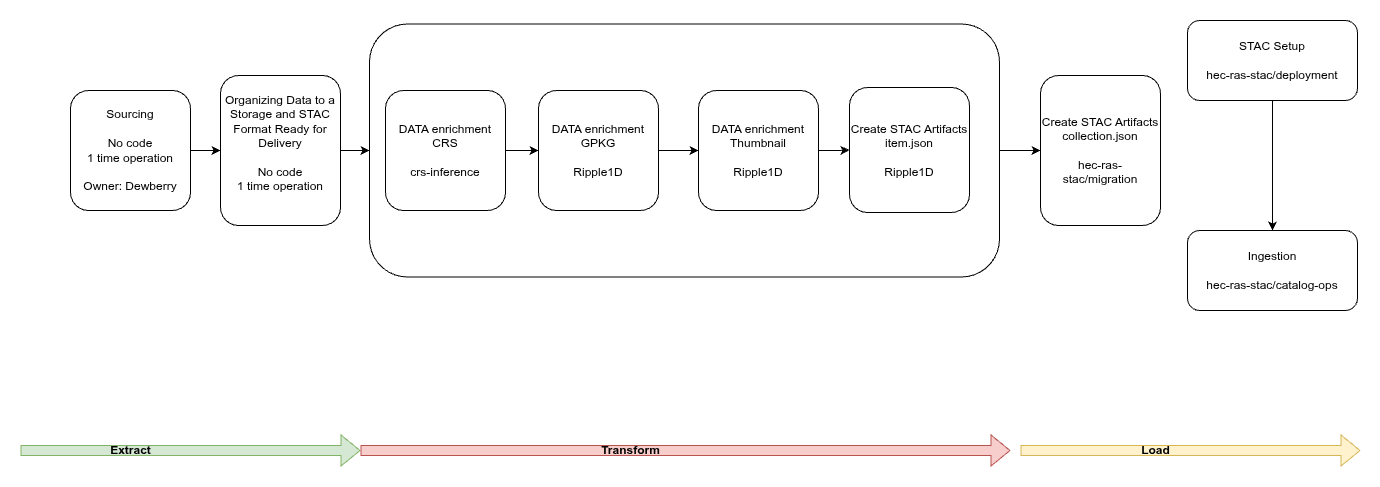
This is ras-stac-etl-pipeline.drawio.png from NGWPC/hec-ras-stac, a draw.io export, as it was before one commit. Source tidied: cells renumbered, new cells last; positions are measured from the earlier drawing's top-left corner, leaving out a move shared by most shapes. Source of this version:
```xml
<mxGraphModel background="#ffffff">
  <root>
    <mxCell id="0" />
    <mxCell id="1" parent="0" />
    <mxCell id="2" style="rounded=1;whiteSpace=wrap;html=1;" parent="1" vertex="1">
      <mxGeometry x="349" y="3.5" width="630" height="253" as="geometry" />
    </mxCell>
    <mxCell id="3" style="edgeStyle=orthogonalEdgeStyle;rounded=0;jettySize=auto;html=1;entryX=0;entryY=0.5;entryDx=0;entryDy=0;exitX=1;exitY=0.5;exitDx=0;exitDy=0;" parent="1" edge="1" source="2" target="18">
      <mxGeometry relative="1" as="geometry" />
    </mxCell>
    <mxCell id="4" style="edgeStyle=orthogonalEdgeStyle;rounded=0;jettySize=auto;html=1;exitX=1;exitY=0.5;exitDx=0;exitDy=0;entryX=0;entryY=0.5;entryDx=0;entryDy=0;" parent="1" edge="1" source="5" target="16">
      <mxGeometry relative="1" as="geometry" />
    </mxCell>
    <mxCell id="5" value="Sourcing&lt;br&gt;&lt;br&gt;No code&lt;br&gt;1 time operation&lt;br&gt;&lt;br&gt;Owner: Dewberry" style="rounded=1;whiteSpace=wrap;html=1;" parent="1" vertex="1">
      <mxGeometry x="50" y="70" width="120" height="120" as="geometry" />
    </mxCell>
    <mxCell id="6" value="Create STAC Artifacts&lt;br&gt;item.json&lt;br&gt;&lt;div&gt;&lt;br&gt;&lt;/div&gt;&lt;div&gt;Ripple1D&lt;br&gt;&lt;/div&gt;" style="whiteSpace=wrap;html=1;rounded=1;" parent="1" vertex="1">
      <mxGeometry x="829" y="67" width="120" height="125" as="geometry" />
    </mxCell>
    <mxCell id="7" style="edgeStyle=orthogonalEdgeStyle;rounded=0;jettySize=auto;html=1;entryX=0;entryY=0.5;entryDx=0;entryDy=0;" parent="1" edge="1" source="8" target="13">
      <mxGeometry relative="1" as="geometry" />
    </mxCell>
    <mxCell id="8" value="DATA enrichment&lt;br&gt;GPKG&lt;br&gt;&lt;br&gt;Ripple1D" style="whiteSpace=wrap;html=1;rounded=1;" parent="1" vertex="1">
      <mxGeometry x="518" y="70" width="120" height="120" as="geometry" />
    </mxCell>
    <mxCell id="9" style="edgeStyle=orthogonalEdgeStyle;rounded=0;jettySize=auto;html=1;" parent="1" edge="1" source="10" target="11">
      <mxGeometry relative="1" as="geometry" />
    </mxCell>
    <mxCell id="10" value="STAC Setup&lt;br&gt;&lt;br&gt;hec-ras-stac/deployment" style="whiteSpace=wrap;html=1;rounded=1;" parent="1" vertex="1">
      <mxGeometry x="1167" width="170" height="80" as="geometry" />
    </mxCell>
    <mxCell id="11" value="Ingestion&lt;br&gt;&lt;br&gt;hec-ras-stac/catalog-ops" style="whiteSpace=wrap;html=1;rounded=1;" parent="1" vertex="1">
      <mxGeometry x="1167" y="210" width="170" height="80" as="geometry" />
    </mxCell>
    <mxCell id="12" style="edgeStyle=orthogonalEdgeStyle;rounded=0;jettySize=auto;html=1;entryX=0;entryY=0.5;entryDx=0;entryDy=0;" parent="1" edge="1" source="13" target="6">
      <mxGeometry relative="1" as="geometry" />
    </mxCell>
    <mxCell id="13" value="DATA enrichment&lt;br&gt;Thumbnail&lt;br&gt;&lt;br&gt;&lt;div&gt;Ripple1D&lt;/div&gt;" style="whiteSpace=wrap;html=1;rounded=1;" parent="1" vertex="1">
      <mxGeometry x="678" y="70" width="120" height="120" as="geometry" />
    </mxCell>
    <mxCell id="14" style="edgeStyle=orthogonalEdgeStyle;rounded=0;jettySize=auto;html=1;entryX=0;entryY=0.5;entryDx=0;entryDy=0;" parent="1" edge="1" source="17" target="8">
      <mxGeometry relative="1" as="geometry" />
    </mxCell>
    <mxCell id="15" style="edgeStyle=orthogonalEdgeStyle;rounded=0;jettySize=auto;html=1;exitX=1;exitY=0.5;exitDx=0;exitDy=0;entryX=0;entryY=0.5;entryDx=0;entryDy=0;" parent="1" edge="1" source="16">
      <mxGeometry relative="1" as="geometry">
        <mxPoint x="349" y="130" as="targetPoint" />
      </mxGeometry>
    </mxCell>
    <mxCell id="16" value="Organizing Data to a Storage and STAC Format Ready for Delivery&lt;div&gt;&lt;br&gt;&lt;/div&gt;&lt;div&gt;No code&lt;br&gt;1 time operation&lt;br&gt;&lt;br&gt;&lt;/div&gt;" style="whiteSpace=wrap;html=1;rounded=1;" parent="1" vertex="1">
      <mxGeometry x="200" y="55" width="120" height="150" as="geometry" />
    </mxCell>
    <mxCell id="17" value="DATA enrichment&lt;br&gt;CRS&lt;br&gt;&lt;br&gt;crs-inference" style="whiteSpace=wrap;html=1;rounded=1;" parent="1" vertex="1">
      <mxGeometry x="365" y="70" width="120" height="120" as="geometry" />
    </mxCell>
    <mxCell id="18" value="Create STAC Artifacts&lt;br&gt;collection.json&lt;br&gt;&lt;div&gt;&lt;br&gt;&lt;/div&gt;&lt;div&gt;hec-ras-stac/migration&lt;br&gt;&lt;/div&gt;" style="whiteSpace=wrap;html=1;rounded=1;" parent="1" vertex="1">
      <mxGeometry x="1020" y="55" width="120" height="150" as="geometry" />
    </mxCell>
    <mxCell id="19" style="shape=flexArrow;endArrow=classic;html=1;rounded=0;fillColor=#d5e8d4;strokeColor=#82b366;" parent="1" edge="1">
      <mxGeometry relative="1" as="geometry">
        <mxPoint y="430" as="sourcePoint" />
        <mxPoint x="340" y="430" as="targetPoint" />
      </mxGeometry>
    </mxCell>
    <mxCell id="20" value="Extract" style="text;html=1;align=center;verticalAlign=middle;fontStyle=1;" parent="1" vertex="1">
      <mxGeometry x="60" y="420" width="100" height="20" as="geometry" />
    </mxCell>
    <mxCell id="21" style="shape=flexArrow;endArrow=classic;html=1;rounded=0;fillColor=#f8cecc;strokeColor=#b85450;" parent="1" edge="1">
      <mxGeometry relative="1" as="geometry">
        <mxPoint x="340" y="430" as="sourcePoint" />
        <mxPoint x="990" y="430" as="targetPoint" />
      </mxGeometry>
    </mxCell>
    <mxCell id="22" value="Transform" style="text;html=1;align=center;verticalAlign=middle;fontStyle=1;" parent="1" vertex="1">
      <mxGeometry x="560" y="420" width="100" height="20" as="geometry" />
    </mxCell>
    <mxCell id="23" style="shape=flexArrow;endArrow=classic;html=1;rounded=0;fillColor=#fff2cc;strokeColor=#d6b656;" parent="1" edge="1">
      <mxGeometry relative="1" as="geometry">
        <mxPoint x="1000" y="430" as="sourcePoint" />
        <mxPoint x="1340" y="430" as="targetPoint" />
      </mxGeometry>
    </mxCell>
    <mxCell id="24" value="Load" style="text;html=1;align=center;verticalAlign=middle;fontStyle=1;" parent="1" vertex="1">
      <mxGeometry x="1085" y="420" width="100" height="20" as="geometry" />
    </mxCell>
  </root>
</mxGraphModel>
```
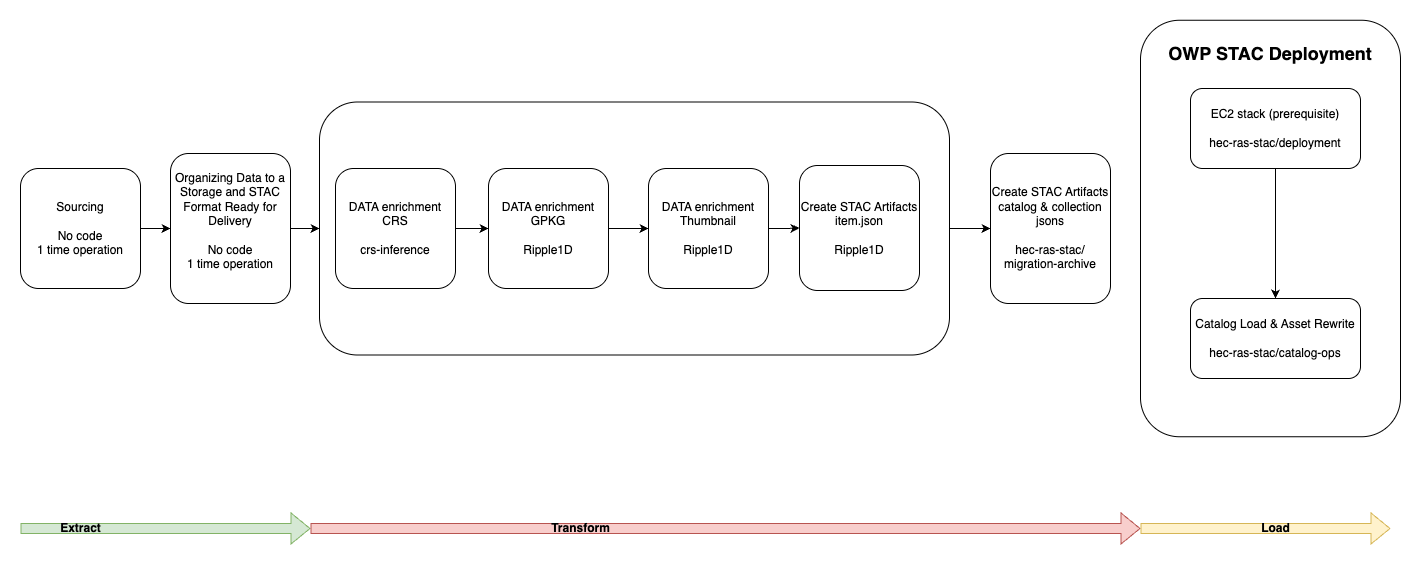
After the commit.

What changed in the source:
```diff
@@ -2,6 +2,9 @@
   <root>
     <mxCell id="0" />
     <mxCell id="1" parent="0" />
+    <mxCell id="25" style="rounded=1;whiteSpace=wrap;html=1;" parent="1" vertex="1">
+      <mxGeometry x="1170" y="-78.2" width="260" height="416.5" as="geometry" />
+    </mxCell>
     <mxCell id="2" style="rounded=1;whiteSpace=wrap;html=1;" parent="1" vertex="1">
       <mxGeometry x="349" y="3.5" width="630" height="253" as="geometry" />
     </mxCell>
@@ -11,7 +14,7 @@
     <mxCell id="4" style="edgeStyle=orthogonalEdgeStyle;rounded=0;jettySize=auto;html=1;exitX=1;exitY=0.5;exitDx=0;exitDy=0;entryX=0;entryY=0.5;entryDx=0;entryDy=0;" parent="1" edge="1" source="5" target="16">
       <mxGeometry relative="1" as="geometry" />
     </mxCell>
-    <mxCell id="5" value="Sourcing&lt;br&gt;&lt;br&gt;No code&lt;br&gt;1 time operation&lt;br&gt;&lt;br&gt;Owner: Dewberry" style="rounded=1;whiteSpace=wrap;html=1;" parent="1" vertex="1">
+    <mxCell id="5" value="Sourcing&lt;br&gt;&lt;br&gt;No code&lt;br&gt;1 time operation" style="rounded=1;whiteSpace=wrap;html=1;" parent="1" vertex="1">
       <mxGeometry x="50" y="70" width="120" height="120" as="geometry" />
     </mxCell>
     <mxCell id="6" value="Create STAC Artifacts&lt;br&gt;item.json&lt;br&gt;&lt;div&gt;&lt;br&gt;&lt;/div&gt;&lt;div&gt;Ripple1D&lt;br&gt;&lt;/div&gt;" style="whiteSpace=wrap;html=1;rounded=1;" parent="1" vertex="1">
@@ -26,11 +29,11 @@
     <mxCell id="9" style="edgeStyle=orthogonalEdgeStyle;rounded=0;jettySize=auto;html=1;" parent="1" edge="1" source="10" target="11">
       <mxGeometry relative="1" as="geometry" />
     </mxCell>
-    <mxCell id="10" value="STAC Setup&lt;br&gt;&lt;br&gt;hec-ras-stac/deployment" style="whiteSpace=wrap;html=1;rounded=1;" parent="1" vertex="1">
-      <mxGeometry x="1167" width="170" height="80" as="geometry" />
+    <mxCell id="10" value="EC2 stack (prerequisite)&lt;br&gt;&lt;br&gt;hec-ras-stac/deployment" style="whiteSpace=wrap;html=1;rounded=1;" parent="1" vertex="1">
+      <mxGeometry x="1220" y="-10" width="170" height="80" as="geometry" />
     </mxCell>
-    <mxCell id="11" value="Ingestion&lt;br&gt;&lt;br&gt;hec-ras-stac/catalog-ops" style="whiteSpace=wrap;html=1;rounded=1;" parent="1" vertex="1">
-      <mxGeometry x="1167" y="210" width="170" height="80" as="geometry" />
+    <mxCell id="11" value="Catalog Load &amp;amp; Asset Rewrite&lt;br&gt;&lt;br&gt;hec-ras-stac/catalog-ops" style="whiteSpace=wrap;html=1;rounded=1;" parent="1" vertex="1">
+      <mxGeometry x="1220" y="200" width="170" height="80" as="geometry" />
     </mxCell>
     <mxCell id="12" style="edgeStyle=orthogonalEdgeStyle;rounded=0;jettySize=auto;html=1;entryX=0;entryY=0.5;entryDx=0;entryDy=0;" parent="1" edge="1" source="13" target="6">
       <mxGeometry relative="1" as="geometry" />
@@ -52,22 +55,19 @@
     <mxCell id="17" value="DATA enrichment&lt;br&gt;CRS&lt;br&gt;&lt;br&gt;crs-inference" style="whiteSpace=wrap;html=1;rounded=1;" parent="1" vertex="1">
       <mxGeometry x="365" y="70" width="120" height="120" as="geometry" />
     </mxCell>
-    <mxCell id="18" value="Create STAC Artifacts&lt;br&gt;collection.json&lt;br&gt;&lt;div&gt;&lt;br&gt;&lt;/div&gt;&lt;div&gt;hec-ras-stac/migration&lt;br&gt;&lt;/div&gt;" style="whiteSpace=wrap;html=1;rounded=1;" parent="1" vertex="1">
+    <mxCell id="18" value="Create STAC Artifacts&lt;br&gt;catalog &amp;amp; collection jsons&lt;br&gt;&lt;div&gt;&lt;br&gt;&lt;/div&gt;&lt;div&gt;hec-ras-stac/&lt;/div&gt;&lt;div&gt;migration-archive&lt;br&gt;&lt;/div&gt;" style="whiteSpace=wrap;html=1;rounded=1;" parent="1" vertex="1">
       <mxGeometry x="1020" y="55" width="120" height="150" as="geometry" />
     </mxCell>
     <mxCell id="19" style="shape=flexArrow;endArrow=classic;html=1;rounded=0;fillColor=#d5e8d4;strokeColor=#82b366;" parent="1" edge="1">
       <mxGeometry relative="1" as="geometry">
-        <mxPoint y="430" as="sourcePoint" />
+        <mxPoint x="50" y="430" as="sourcePoint" />
         <mxPoint x="340" y="430" as="targetPoint" />
       </mxGeometry>
     </mxCell>
-    <mxCell id="20" value="Extract" style="text;html=1;align=center;verticalAlign=middle;fontStyle=1;" parent="1" vertex="1">
-      <mxGeometry x="60" y="420" width="100" height="20" as="geometry" />
-    </mxCell>
     <mxCell id="21" style="shape=flexArrow;endArrow=classic;html=1;rounded=0;fillColor=#f8cecc;strokeColor=#b85450;" parent="1" edge="1">
       <mxGeometry relative="1" as="geometry">
         <mxPoint x="340" y="430" as="sourcePoint" />
-        <mxPoint x="990" y="430" as="targetPoint" />
+        <mxPoint x="1170" y="430" as="targetPoint" />
       </mxGeometry>
     </mxCell>
     <mxCell id="22" value="Transform" style="text;html=1;align=center;verticalAlign=middle;fontStyle=1;" parent="1" vertex="1">
@@ -75,12 +75,18 @@
     </mxCell>
     <mxCell id="23" style="shape=flexArrow;endArrow=classic;html=1;rounded=0;fillColor=#fff2cc;strokeColor=#d6b656;" parent="1" edge="1">
       <mxGeometry relative="1" as="geometry">
-        <mxPoint x="1000" y="430" as="sourcePoint" />
-        <mxPoint x="1340" y="430" as="targetPoint" />
+        <mxPoint x="1170" y="430" as="sourcePoint" />
+        <mxPoint x="1420" y="430" as="targetPoint" />
       </mxGeometry>
     </mxCell>
+    <mxCell id="26" value="&lt;font style=&quot;font-size: 18px;&quot;&gt;&lt;b&gt;OWP STAC Deployment&lt;/b&gt;&lt;/font&gt;" style="text;strokeColor=none;align=center;fillColor=none;html=1;verticalAlign=middle;whiteSpace=wrap;rounded=0;" parent="1" vertex="1">
+      <mxGeometry x="1195" y="-60" width="210" height="30" as="geometry" />
+    </mxCell>
     <mxCell id="24" value="Load" style="text;html=1;align=center;verticalAlign=middle;fontStyle=1;" parent="1" vertex="1">
-      <mxGeometry x="1085" y="420" width="100" height="20" as="geometry" />
+      <mxGeometry x="1255" y="420" width="100" height="20" as="geometry" />
     </mxCell>
+    <mxCell id="20" value="Extract" style="text;html=1;align=center;verticalAlign=middle;fontStyle=1;" parent="1" vertex="1">
+      <mxGeometry x="60" y="420" width="100" height="20" as="geometry" />
+    </mxCell>
   </root>
 </mxGraphModel>
```
